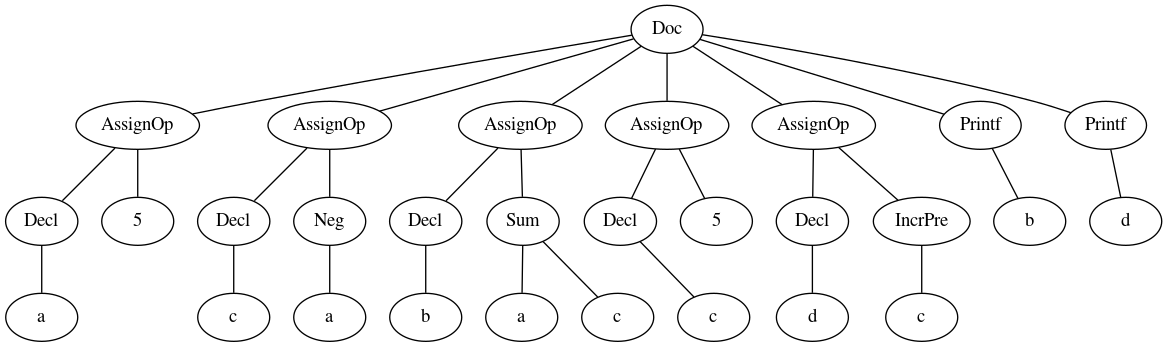
The Graphviz diagram test_IO/result.png in manomarichal/project-compilers, before a commit. Its source is kept beside it as test_IO/result.dot.
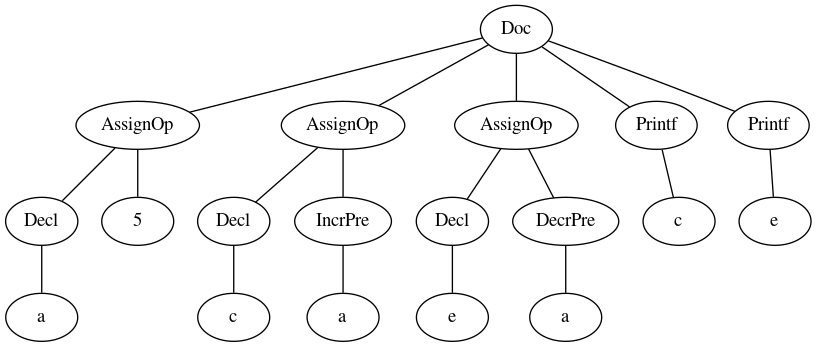
The same diagram one commit later.

Change to the diagram source:
```diff
@@ -13,47 +13,27 @@
 8 [label=c];
 7 -- 8;
 6 -- 7;
-9 [label=Neg];
+9 [label=IncrPre];
 10 [label=a];
 9 -- 10;
 6 -- 9;
 1 -- 6;
 11 [label=AssignOp];
 12 [label=Decl];
-13 [label=b];
+13 [label=e];
 12 -- 13;
 11 -- 12;
-14 [label=Sum];
+14 [label=DecrPre];
 15 [label=a];
 14 -- 15;
-16 [label=c];
-14 -- 16;
 11 -- 14;
 1 -- 11;
-17 [label=AssignOp];
-18 [label=Decl];
-19 [label=c];
+16 [label=Printf];
+17 [label=c];
+16 -- 17;
+1 -- 16;
+18 [label=Printf];
+19 [label=e];
 18 -- 19;
-17 -- 18;
-20 [label=5];
-17 -- 20;
-1 -- 17;
-21 [label=AssignOp];
-22 [label=Decl];
-23 [label=d];
-22 -- 23;
-21 -- 22;
-24 [label=IncrPre];
-25 [label=c];
-24 -- 25;
-21 -- 24;
-1 -- 21;
-26 [label=Printf];
-27 [label=b];
-26 -- 27;
-1 -- 26;
-28 [label=Printf];
-29 [label=d];
-28 -- 29;
-1 -- 28;
+1 -- 18;
 }
```
